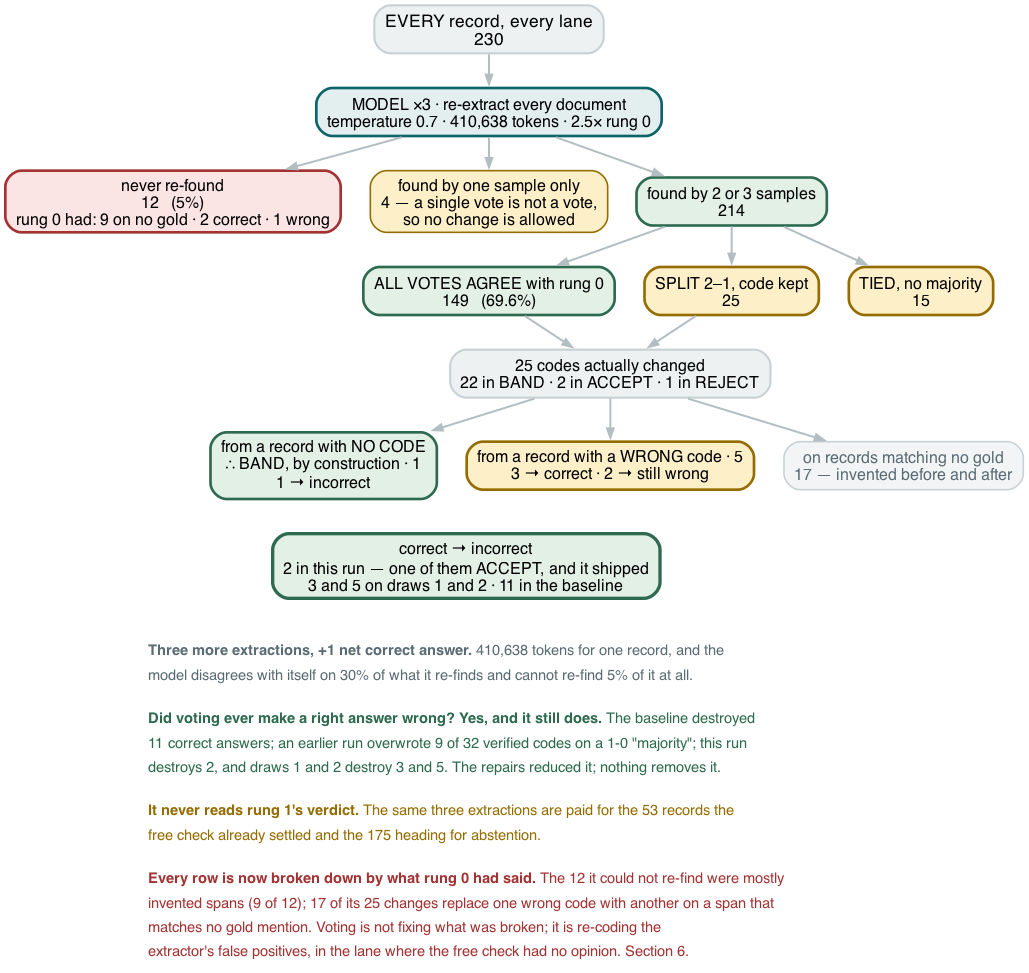
Before: docs/figures/fig16-rung3.png, a diagram exported from Graphviz (wbagais/reliability-ladder). Its source is kept beside it as docs/figures/fig16-rung3.dot.
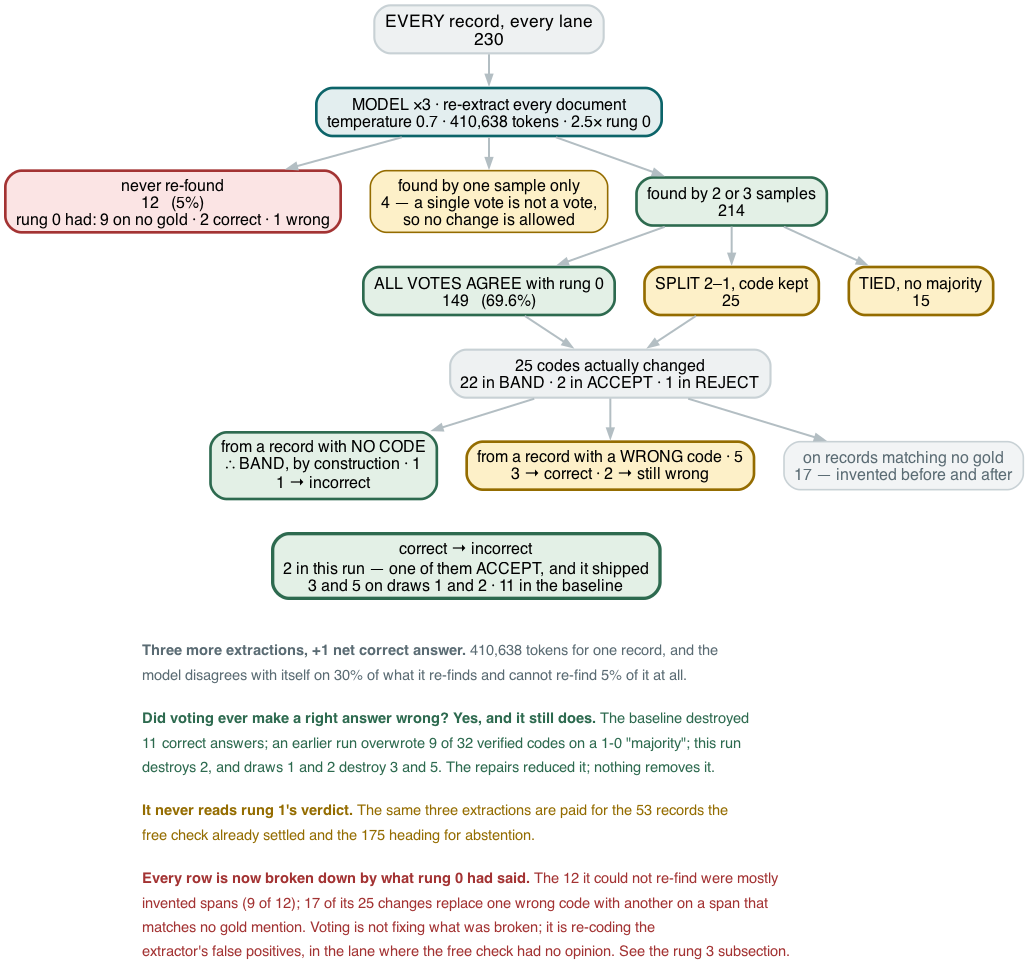
Above is the later version.

Diff of the diagram source:
```diff
@@ -53,7 +53,7 @@
         <TR><TD ALIGN="LEFT"><FONT POINT-SIZE="11" COLOR="#a33333"><B>Every row is now broken down by what rung 0 had said.</B> The 12 it could not re-find were mostly</FONT></TD></TR>
         <TR><TD ALIGN="LEFT"><FONT POINT-SIZE="11" COLOR="#a33333">invented spans (9 of 12); 17 of its 25 changes replace one wrong code with another on a span that</FONT></TD></TR>
         <TR><TD ALIGN="LEFT"><FONT POINT-SIZE="11" COLOR="#a33333">matches no gold mention. Voting is not fixing what was broken; it is re-coding the</FONT></TD></TR>
-        <TR><TD ALIGN="LEFT"><FONT POINT-SIZE="11" COLOR="#a33333">extractor's false positives, in the lane where the free check had no opinion. Section 6.</FONT></TD></TR>
+        <TR><TD ALIGN="LEFT"><FONT POINT-SIZE="11" COLOR="#a33333">extractor's false positives, in the lane where the free check had no opinion. See the rung 3 subsection.</FONT></TD></TR>
         </TABLE>>];
   safe -> note [style=invis];
 }
```
